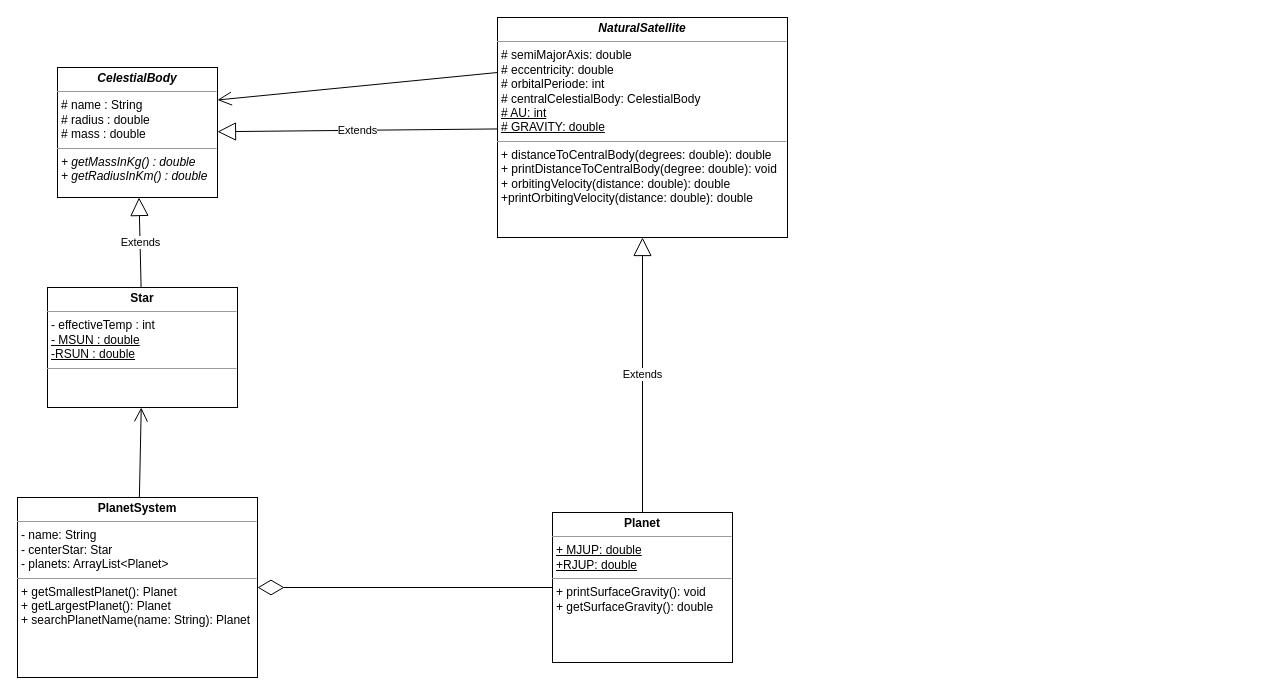
This is Oblig/Oblig3/Oblig3_NhutPham.drawio from AxinTM/HIOF_Programmering_2, a draw.io file, before an edit. Source tidied: cells renumbered, new cells numbered last; positions are measured from the earlier drawing's top-left corner, leaving out a move shared by most shapes. Both pictures are drawn from the tidied source at 100%, with x=0, y=0 at pixel (17, 17).
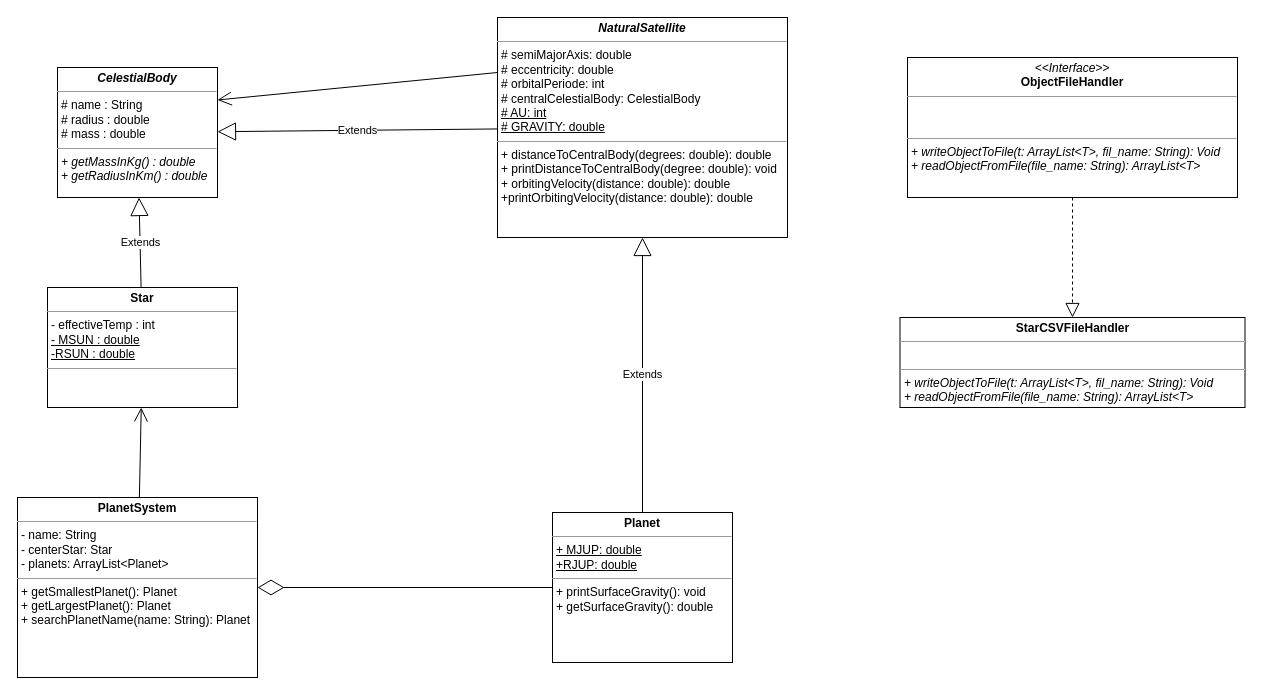
The same diagram, later.

The edit, as a diff of the source:
```diff
@@
 <mxGraphModel>
   <root>
     <mxCell id="0" />
     <mxCell id="1" parent="0" />
     <mxCell id="2" value="&lt;p style=&quot;margin: 0px ; margin-top: 4px ; text-align: center&quot;&gt;&lt;b&gt;Star&lt;/b&gt;&lt;/p&gt;&lt;hr size=&quot;1&quot;&gt;&lt;p style=&quot;margin: 0px ; margin-left: 4px&quot;&gt;- effectiveTemp : int&lt;/p&gt;&lt;p style=&quot;margin: 0px ; margin-left: 4px&quot;&gt;&lt;u&gt;- MSUN : double&lt;/u&gt;&lt;/p&gt;&lt;p style=&quot;margin: 0px ; margin-left: 4px&quot;&gt;&lt;u&gt;-RSUN : double&lt;/u&gt;&lt;/p&gt;&lt;hr size=&quot;1&quot;&gt;&lt;p style=&quot;margin: 0px ; margin-left: 4px&quot;&gt;&lt;br&gt;&lt;/p&gt;&lt;p style=&quot;margin: 0px ; margin-left: 4px&quot;&gt;&lt;br&gt;&lt;/p&gt;" style="verticalAlign=top;align=left;overflow=fill;fontSize=12;fontFamily=Helvetica;html=1;" parent="1" vertex="1">
       <mxGeometry x="30" y="270" width="190" height="120" as="geometry" />
     </mxCell>
     <mxCell id="3" value="&lt;p style=&quot;margin: 0px ; margin-top: 4px ; text-align: center&quot;&gt;&lt;b&gt;&lt;i&gt;NaturalSatellite&lt;/i&gt;&lt;/b&gt;&lt;/p&gt;&lt;hr size=&quot;1&quot;&gt;&lt;p style=&quot;margin: 0px ; margin-left: 4px&quot;&gt;# semiMajorAxis: double&lt;/p&gt;&lt;p style=&quot;margin: 0px ; margin-left: 4px&quot;&gt;# eccentricity: double&lt;/p&gt;&lt;p style=&quot;margin: 0px ; margin-left: 4px&quot;&gt;# orbitalPeriode: int&lt;/p&gt;&lt;p style=&quot;margin: 0px ; margin-left: 4px&quot;&gt;# centralCelestialBody: CelestialBody&lt;/p&gt;&lt;p style=&quot;margin: 0px ; margin-left: 4px&quot;&gt;&lt;u&gt;# AU: int&lt;/u&gt;&lt;/p&gt;&lt;p style=&quot;margin: 0px ; margin-left: 4px&quot;&gt;&lt;u&gt;# GRAVITY: double&lt;/u&gt;&lt;/p&gt;&lt;hr size=&quot;1&quot;&gt;&lt;p style=&quot;margin: 0px ; margin-left: 4px&quot;&gt;+ distanceToCentralBody(degrees: double): double&lt;/p&gt;&lt;p style=&quot;margin: 0px ; margin-left: 4px&quot;&gt;+ printDistanceToCentralBody(degree: double): void&lt;/p&gt;&lt;p style=&quot;margin: 0px ; margin-left: 4px&quot;&gt;+ orbitingVelocity(distance: double): double&lt;/p&gt;&lt;p style=&quot;margin: 0px ; margin-left: 4px&quot;&gt;+printOrbitingVelocity(distance: double): double&lt;/p&gt;&lt;p style=&quot;margin: 0px ; margin-left: 4px&quot;&gt;&lt;br&gt;&lt;/p&gt;" style="verticalAlign=top;align=left;overflow=fill;fontSize=12;fontFamily=Helvetica;html=1;" parent="1" vertex="1">
       <mxGeometry x="480" width="290" height="220" as="geometry" />
     </mxCell>
     <mxCell id="4" value="&lt;p style=&quot;margin: 0px ; margin-top: 4px ; text-align: center&quot;&gt;&lt;i&gt;&lt;span style=&quot;font-weight: 700&quot;&gt;CelestialBody&lt;/span&gt;&lt;br&gt;&lt;/i&gt;&lt;/p&gt;&lt;hr size=&quot;1&quot;&gt;&lt;p style=&quot;margin: 0px ; margin-left: 4px&quot;&gt;# name : String&lt;br style=&quot;padding: 0px ; margin: 0px&quot;&gt;# radius : double&lt;br style=&quot;padding: 0px ; margin: 0px&quot;&gt;# mass : double&lt;br&gt;&lt;/p&gt;&lt;hr size=&quot;1&quot;&gt;&lt;p style=&quot;margin: 0px ; margin-left: 4px&quot;&gt;&lt;span style=&quot;font-style: italic&quot;&gt;+ getMassInKg() : double&lt;/span&gt;&lt;br style=&quot;padding: 0px ; margin: 0px ; font-style: italic&quot;&gt;&lt;span style=&quot;font-style: italic&quot;&gt;+ getRadiusInKm() : double&lt;/span&gt;&lt;br&gt;&lt;/p&gt;" style="verticalAlign=top;align=left;overflow=fill;fontSize=12;fontFamily=Helvetica;html=1;" parent="1" vertex="1">
       <mxGeometry x="40" y="50" width="160" height="130" as="geometry" />
     </mxCell>
     <mxCell id="5" value="&lt;p style=&quot;margin: 0px ; margin-top: 4px ; text-align: center&quot;&gt;&lt;b&gt;Planet&lt;/b&gt;&lt;/p&gt;&lt;hr size=&quot;1&quot;&gt;&lt;p style=&quot;margin: 0px ; margin-left: 4px&quot;&gt;&lt;u&gt;+ MJUP: double&lt;/u&gt;&lt;/p&gt;&lt;p style=&quot;margin: 0px ; margin-left: 4px&quot;&gt;&lt;u&gt;+RJUP: double&lt;/u&gt;&lt;/p&gt;&lt;hr size=&quot;1&quot;&gt;&lt;p style=&quot;margin: 0px ; margin-left: 4px&quot;&gt;+ printSurfaceGravity(): void&lt;/p&gt;&lt;p style=&quot;margin: 0px 0px 0px 4px&quot;&gt;+ getSurfaceGravity(): double&lt;/p&gt;&lt;p style=&quot;margin: 0px ; margin-left: 4px&quot;&gt;&lt;br&gt;&lt;/p&gt;" style="verticalAlign=top;align=left;overflow=fill;fontSize=12;fontFamily=Helvetica;html=1;" parent="1" vertex="1">
       <mxGeometry x="535" y="495" width="180" height="150" as="geometry" />
     </mxCell>
     <mxCell id="6" value="&lt;p style=&quot;margin: 0px ; margin-top: 4px ; text-align: center&quot;&gt;&lt;b&gt;PlanetSystem&lt;/b&gt;&lt;/p&gt;&lt;hr size=&quot;1&quot;&gt;&lt;p style=&quot;margin: 0px ; margin-left: 4px&quot;&gt;- name: String&lt;/p&gt;&lt;p style=&quot;margin: 0px ; margin-left: 4px&quot;&gt;- centerStar: Star&lt;/p&gt;&lt;p style=&quot;margin: 0px ; margin-left: 4px&quot;&gt;- planets: ArrayList&amp;lt;Planet&amp;gt;&lt;/p&gt;&lt;hr size=&quot;1&quot;&gt;&lt;p style=&quot;margin: 0px ; margin-left: 4px&quot;&gt;+ getSmallestPlanet(): Planet&lt;/p&gt;&lt;p style=&quot;margin: 0px ; margin-left: 4px&quot;&gt;+ getLargestPlanet(): Planet&lt;/p&gt;&lt;p style=&quot;margin: 0px ; margin-left: 4px&quot;&gt;+ searchPlanetName(name: String): Planet&lt;/p&gt;&lt;p style=&quot;margin: 0px ; margin-left: 4px&quot;&gt;&lt;br&gt;&lt;/p&gt;" style="verticalAlign=top;align=left;overflow=fill;fontSize=12;fontFamily=Helvetica;html=1;" parent="1" vertex="1">
       <mxGeometry y="480" width="240" height="180" as="geometry" />
     </mxCell>
     <mxCell id="7" value="Extends" style="endArrow=block;endSize=16;endFill=0;html=1;rounded=0;" parent="1" edge="1" source="2" target="4">
       <mxGeometry relative="1" as="geometry" />
     </mxCell>
     <mxCell id="8" value="Extends" style="endArrow=block;endSize=16;endFill=0;html=1;rounded=0;" parent="1" edge="1" source="3" target="4">
       <mxGeometry relative="1" as="geometry" />
     </mxCell>
     <mxCell id="9" value="Extends" style="endArrow=block;endSize=16;endFill=0;html=1;rounded=0;" parent="1" edge="1" source="5" target="3">
       <mxGeometry relative="1" as="geometry" />
     </mxCell>
     <mxCell id="10" style="endArrow=diamondThin;endFill=0;endSize=24;html=1;rounded=0;edgeStyle=orthogonalEdgeStyle;" parent="1" edge="1" source="5" target="6">
       <mxGeometry relative="1" as="geometry" />
     </mxCell>
     <mxCell id="11" style="endArrow=open;endFill=1;endSize=12;html=1;rounded=0;exitX=0;exitY=0.25;exitDx=0;exitDy=0;entryX=1;entryY=0.25;entryDx=0;entryDy=0;" parent="1" edge="1" source="3" target="4">
       <mxGeometry relative="1" as="geometry" />
     </mxCell>
     <mxCell id="12" style="endArrow=open;endFill=1;endSize=12;html=1;rounded=0;" parent="1" edge="1" source="6" target="2">
       <mxGeometry relative="1" as="geometry" />
     </mxCell>
+    <mxCell id="13" value="&lt;p style=&quot;margin: 0px ; margin-top: 4px ; text-align: center&quot;&gt;&lt;i&gt;&amp;lt;&amp;lt;Interface&amp;gt;&amp;gt;&lt;/i&gt;&lt;br&gt;&lt;b&gt;ObjectFileHandler&lt;/b&gt;&lt;/p&gt;&lt;hr size=&quot;1&quot;&gt;&lt;p style=&quot;margin: 0px ; margin-left: 4px&quot;&gt;&lt;br&gt;&lt;br&gt;&lt;/p&gt;&lt;hr size=&quot;1&quot;&gt;&lt;p style=&quot;margin: 0px ; margin-left: 4px&quot;&gt;&lt;i&gt;+ writeObjectToFile&lt;span&gt;(t: ArrayList&amp;lt;T&amp;gt;, fil_name: String): Void&lt;/span&gt;&lt;/i&gt;&lt;/p&gt;&lt;p style=&quot;margin: 0px ; margin-left: 4px&quot;&gt;&lt;i&gt;+ readObjectFromFile(file_name: String): ArrayList&amp;lt;T&amp;gt;&lt;/i&gt;&lt;/p&gt;" style="verticalAlign=top;align=left;overflow=fill;fontSize=12;fontFamily=Helvetica;html=1;" parent="1" vertex="1">
+      <mxGeometry x="890" y="40" width="330" height="140" as="geometry" />
+    </mxCell>
+    <mxCell id="14" value="&lt;p style=&quot;margin: 0px ; margin-top: 4px ; text-align: center&quot;&gt;&lt;b&gt;StarCSVFileHandler&lt;/b&gt;&lt;/p&gt;&lt;hr size=&quot;1&quot;&gt;&lt;p style=&quot;margin: 0px ; margin-left: 4px&quot;&gt;&lt;br&gt;&lt;/p&gt;&lt;hr size=&quot;1&quot;&gt;&lt;p style=&quot;margin: 0px 0px 0px 4px&quot;&gt;&lt;i&gt;+ writeObjectToFile(t: ArrayList&amp;lt;T&amp;gt;, fil_name: String): Void&lt;/i&gt;&lt;/p&gt;&lt;p style=&quot;margin: 0px 0px 0px 4px&quot;&gt;&lt;i&gt;+ readObjectFromFile(file_name: String): ArrayList&amp;lt;T&amp;gt;&lt;/i&gt;&lt;/p&gt;" style="verticalAlign=top;align=left;overflow=fill;fontSize=12;fontFamily=Helvetica;html=1;" parent="1" vertex="1">
+      <mxGeometry x="882.5" y="300" width="345" height="90" as="geometry" />
+    </mxCell>
+    <mxCell id="15" style="endArrow=block;dashed=1;endFill=0;endSize=12;html=1;rounded=0;exitX=0.5;exitY=1;exitDx=0;exitDy=0;entryX=0.5;entryY=0;entryDx=0;entryDy=0;" parent="1" edge="1" source="13" target="14">
+      <mxGeometry relative="1" as="geometry" />
+    </mxCell>
   </root>
 </mxGraphModel>
```
